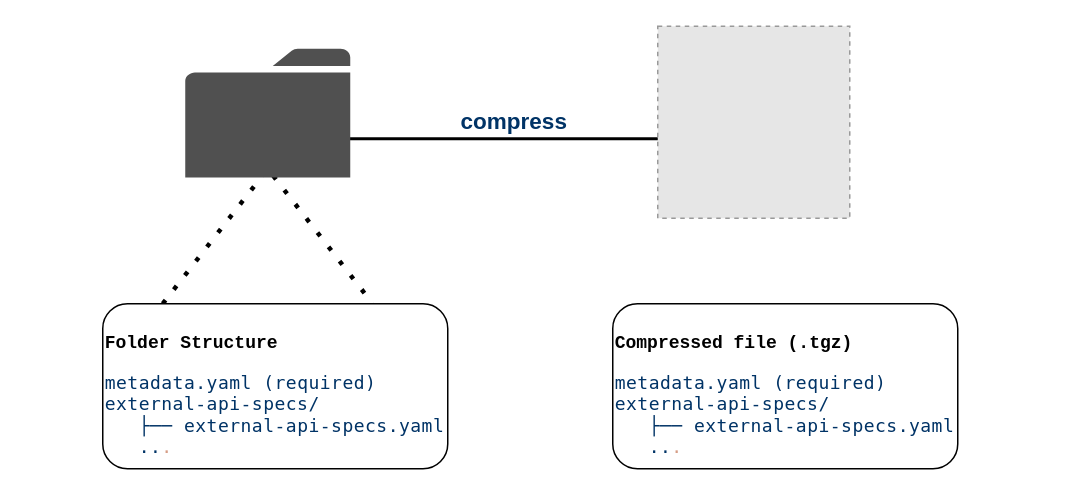
Before: Untitled Diagram.drawio in soshanth/in-the-voice-of-silence, a draw.io diagram. Source tidied: cells renumbered, new cells numbered last; positions are measured from the earlier drawing's top-left corner, leaving out a move shared by most shapes. Both pictures are drawn from the tidied source at 150%, with x=0, y=0 at pixel (102, 26). Pictures stored in the file or linked from it are replaced by grey dashed boxes.
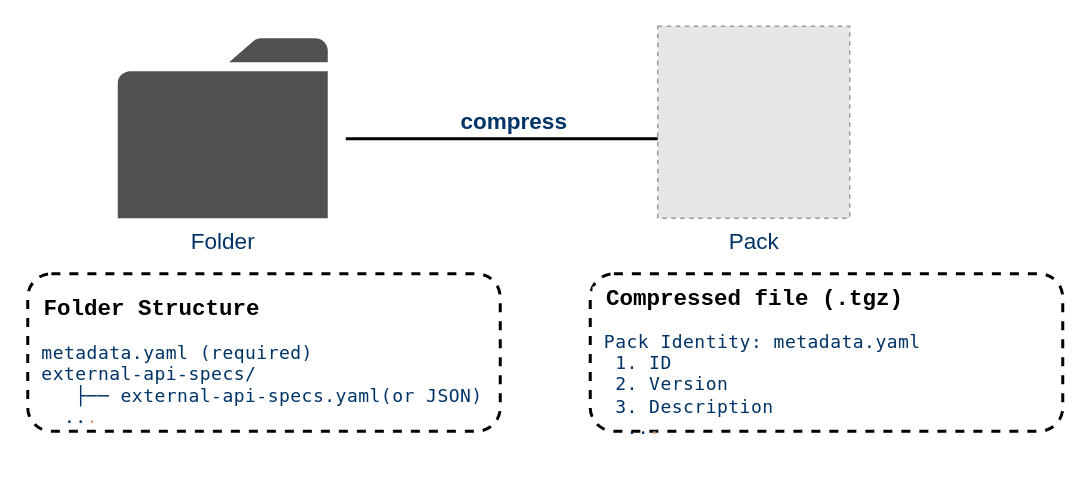
After the change.

Change to the diagram source:
```diff
@@
 <mxGraphModel>
   <root>
     <mxCell id="0" />
     <mxCell id="1" parent="0" />
-    <mxCell id="2" style="endArrow=none;dashed=1;html=1;dashPattern=1 3;strokeWidth=3;rounded=0;fontColor=#003366;" parent="1" edge="1">
-      <mxGeometry relative="1" as="geometry">
-        <mxPoint x="40" y="185" as="sourcePoint" />
-        <mxPoint x="180" y="185" as="targetPoint" />
-        <Array as="points">
-          <mxPoint x="110" y="95" />
-        </Array>
-      </mxGeometry>
-    </mxCell>
-    <mxCell id="3" value="&lt;pre style=&quot;font-size: 12px; font-style: normal; font-variant-caps: normal; font-weight: 400; letter-spacing: normal; orphans: auto; text-indent: 0px; text-transform: none; widows: auto; word-spacing: 0px; -webkit-text-size-adjust: auto; -webkit-text-stroke-width: 0px; text-decoration: none; caret-color: rgb(0, 0, 0); color: rgb(0, 0, 0); text-align: left; background-color: rgb(255, 255, 255);&quot;&gt;&lt;b&gt;Folder Structure &lt;/b&gt;&lt;/pre&gt;&lt;font style=&quot;caret-color: rgb(0, 51, 102); color: rgb(0, 51, 102); font-family: Helvetica; font-size: 12px; font-style: normal; font-variant-caps: normal; font-weight: 400; letter-spacing: normal; text-indent: 0px; text-transform: none; word-spacing: 0px; -webkit-text-stroke-width: 0px; text-decoration: none; text-align: left; background-color: rgb(255, 255, 255);&quot; color=&quot;#003366&quot;&gt;&lt;span style=&quot;box-sizing: border-box; padding: 0px; border: 0px; margin: 0px; font-family: &amp;quot;IBM Plex Mono&amp;quot;, Menlo, &amp;quot;DejaVu Sans Mono&amp;quot;, &amp;quot;Bitstream Vera Sans Mono&amp;quot;, Courier, monospace; font-stretch: inherit; line-height: inherit; vertical-align: baseline; letter-spacing: 0.3199999928474426px; background-color: rgb(30, 30, 30);&quot; class=&quot;hljs-string&quot;&gt;&lt;div&gt;&lt;span style=&quot;box-sizing: border-box; padding: 0px; border: 0px; margin: 0px; font-stretch: inherit; line-height: inherit; vertical-align: baseline;&quot; class=&quot;hljs-string&quot;&gt;metadata.yaml&lt;/span&gt;&lt;span style=&quot;caret-color: rgb(220, 220, 220);&quot;&gt;&lt;span class=&quot;Apple-converted-space&quot;&gt;&amp;nbsp;&lt;/span&gt;&lt;/span&gt;&lt;span style=&quot;box-sizing: border-box; padding: 0px; border: 0px; margin: 0px; font-stretch: inherit; line-height: inherit; vertical-align: baseline;&quot; class=&quot;hljs-string&quot;&gt;(required)&lt;/span&gt;&lt;span style=&quot;caret-color: rgb(220, 220, 220);&quot;&gt;&amp;nbsp;&lt;/span&gt;&lt;/div&gt;&lt;/span&gt;&lt;span style=&quot;box-sizing: border-box; padding: 0px; border: 0px; margin: 0px; font-family: &amp;quot;IBM Plex Mono&amp;quot;, Menlo, &amp;quot;DejaVu Sans Mono&amp;quot;, &amp;quot;Bitstream Vera Sans Mono&amp;quot;, Courier, monospace; font-stretch: inherit; line-height: inherit; vertical-align: baseline; letter-spacing: 0.3199999928474426px; background-color: rgb(30, 30, 30);&quot; class=&quot;hljs-string&quot;&gt;&lt;div&gt;&lt;span style=&quot;box-sizing: border-box; padding: 0px; border: 0px; margin: 0px; font-stretch: inherit; line-height: inherit; vertical-align: baseline;&quot; class=&quot;hljs-string&quot;&gt;external-api-specs/&lt;/span&gt;&lt;span style=&quot;caret-color: rgb(220, 220, 220);&quot;&gt;&amp;nbsp;&lt;/span&gt;&lt;/div&gt;&lt;/span&gt;&lt;/font&gt;&lt;span style=&quot;font-size: 12px; font-style: normal; font-variant-caps: normal; font-weight: 400; text-indent: 0px; text-transform: none; word-spacing: 0px; -webkit-text-stroke-width: 0px; text-decoration: none; caret-color: rgb(0, 0, 0); color: rgb(0, 0, 0); text-align: left; box-sizing: border-box; padding: 0px; border: 0px; margin: 0px; font-family: &amp;quot;IBM Plex Mono&amp;quot;, Menlo, &amp;quot;DejaVu Sans Mono&amp;quot;, &amp;quot;Bitstream Vera Sans Mono&amp;quot;, Courier, monospace; font-stretch: inherit; line-height: inherit; vertical-align: baseline; letter-spacing: 0.3199999928474426px; background-color: rgb(30, 30, 30);&quot; class=&quot;hljs-string&quot;&gt;&lt;div&gt;&lt;font color=&quot;#003366&quot;&gt;&lt;span style=&quot;box-sizing: border-box; padding: 0px; border: 0px; margin: 0px; font-stretch: inherit; line-height: inherit; vertical-align: baseline;&quot; class=&quot;hljs-string&quot;&gt;&amp;nbsp; &amp;nbsp;├──&lt;/span&gt;&lt;span style=&quot;caret-color: rgb(220, 220, 220);&quot;&gt;&lt;span class=&quot;Apple-converted-space&quot;&gt;&amp;nbsp;&lt;/span&gt;&lt;/span&gt;&lt;span style=&quot;box-sizing: border-box; padding: 0px; border: 0px; margin: 0px; font-stretch: inherit; line-height: inherit; vertical-align: baseline;&quot; class=&quot;hljs-string&quot;&gt;external-api-specs.yaml&lt;/span&gt;&lt;span style=&quot;caret-color: rgb(220, 220, 220);&quot;&gt;&lt;br&gt;&lt;/span&gt;&lt;/font&gt;&lt;span style=&quot;box-sizing: border-box; padding: 0px; border: 0px; margin: 0px; font-stretch: inherit; line-height: inherit; vertical-align: baseline;&quot; class=&quot;hljs-string&quot;&gt;&lt;font color=&quot;#003366&quot;&gt;&amp;nbsp; &amp;nbsp;..&lt;/font&gt;&lt;font color=&quot;#d69d85&quot;&gt;.&lt;/font&gt;&lt;/span&gt;&lt;/div&gt;&lt;/span&gt;" style="rounded=1;whiteSpace=wrap;html=1;fontColor=#003366;" parent="1" vertex="1">
-      <mxGeometry y="185" width="230" height="110" as="geometry" />
+    <mxCell id="3" value="&lt;pre style=&quot;font-style: normal; font-variant-caps: normal; font-weight: 400; letter-spacing: normal; text-indent: 0px; text-transform: none; word-spacing: 0px; -webkit-text-stroke-width: 0px; text-decoration: none; caret-color: rgb(0, 0, 0); color: rgb(0, 0, 0); background-color: rgb(255, 255, 255);&quot;&gt;&lt;b&gt;&lt;font style=&quot;font-size: 15px;&quot;&gt; Folder Structure&lt;/font&gt;&lt;span style=&quot;font-size: 15px;&quot;&gt; &lt;/span&gt;&lt;/b&gt;&lt;/pre&gt;&lt;font style=&quot;caret-color: rgb(0, 51, 102); color: rgb(0, 51, 102); font-family: Helvetica; font-size: 12px; font-style: normal; font-variant-caps: normal; font-weight: 400; letter-spacing: normal; text-indent: 0px; text-transform: none; word-spacing: 0px; -webkit-text-stroke-width: 0px; text-decoration: none; background-color: rgb(255, 255, 255);&quot; color=&quot;#003366&quot;&gt;&lt;span style=&quot;box-sizing: border-box; padding: 0px; border: 0px; margin: 0px; font-family: &amp;quot;IBM Plex Mono&amp;quot;, Menlo, &amp;quot;DejaVu Sans Mono&amp;quot;, &amp;quot;Bitstream Vera Sans Mono&amp;quot;, Courier, monospace; font-stretch: inherit; line-height: inherit; vertical-align: baseline; letter-spacing: 0.3199999928474426px; background-color: rgb(30, 30, 30);&quot; class=&quot;hljs-string&quot;&gt;&lt;div style=&quot;&quot;&gt;&lt;span style=&quot;box-sizing: border-box; padding: 0px; border: 0px; margin: 0px; font-stretch: inherit; line-height: inherit; vertical-align: baseline;&quot; class=&quot;hljs-string&quot;&gt;&amp;nbsp;metadata.yaml&lt;/span&gt;&lt;span style=&quot;caret-color: rgb(220, 220, 220);&quot;&gt;&lt;span class=&quot;Apple-converted-space&quot;&gt;&amp;nbsp;&lt;/span&gt;&lt;/span&gt;&lt;span style=&quot;box-sizing: border-box; padding: 0px; border: 0px; margin: 0px; font-stretch: inherit; line-height: inherit; vertical-align: baseline;&quot; class=&quot;hljs-string&quot;&gt;(required)&lt;/span&gt;&lt;span style=&quot;caret-color: rgb(220, 220, 220);&quot;&gt;&amp;nbsp;&lt;/span&gt;&lt;/div&gt;&lt;/span&gt;&lt;span style=&quot;box-sizing: border-box; padding: 0px; border: 0px; margin: 0px; font-family: &amp;quot;IBM Plex Mono&amp;quot;, Menlo, &amp;quot;DejaVu Sans Mono&amp;quot;, &amp;quot;Bitstream Vera Sans Mono&amp;quot;, Courier, monospace; font-stretch: inherit; line-height: inherit; vertical-align: baseline; letter-spacing: 0.3199999928474426px; background-color: rgb(30, 30, 30);&quot; class=&quot;hljs-string&quot;&gt;&lt;div style=&quot;&quot;&gt;&lt;span style=&quot;box-sizing: border-box; padding: 0px; border: 0px; margin: 0px; font-stretch: inherit; line-height: inherit; vertical-align: baseline;&quot; class=&quot;hljs-string&quot;&gt;&amp;nbsp;external-api-specs/&lt;/span&gt;&lt;span style=&quot;caret-color: rgb(220, 220, 220);&quot;&gt;&amp;nbsp;&lt;/span&gt;&lt;/div&gt;&lt;/span&gt;&lt;/font&gt;&lt;span style=&quot;font-size: 12px; font-style: normal; font-variant-caps: normal; font-weight: 400; text-indent: 0px; text-transform: none; word-spacing: 0px; -webkit-text-stroke-width: 0px; text-decoration: none; color: rgb(0, 0, 0); box-sizing: border-box; padding: 0px; border: 0px; margin: 0px; font-family: &amp;quot;IBM Plex Mono&amp;quot;, Menlo, &amp;quot;DejaVu Sans Mono&amp;quot;, &amp;quot;Bitstream Vera Sans Mono&amp;quot;, Courier, monospace; font-stretch: inherit; line-height: inherit; vertical-align: baseline; letter-spacing: 0.3199999928474426px; background-color: rgb(30, 30, 30);&quot; class=&quot;hljs-string&quot;&gt;&lt;div style=&quot;caret-color: rgb(0, 0, 0);&quot;&gt;&lt;font color=&quot;#003366&quot;&gt;&lt;span style=&quot;box-sizing: border-box; padding: 0px; border: 0px; margin: 0px; font-stretch: inherit; line-height: inherit; vertical-align: baseline;&quot; class=&quot;hljs-string&quot;&gt;&amp;nbsp; &amp;nbsp; ├──&lt;/span&gt;&lt;span style=&quot;caret-color: rgb(220, 220, 220);&quot;&gt;&lt;span class=&quot;Apple-converted-space&quot;&gt;&amp;nbsp;&lt;/span&gt;&lt;/span&gt;&lt;span style=&quot;box-sizing: border-box; padding: 0px; border: 0px; margin: 0px; font-stretch: inherit; line-height: inherit; vertical-align: baseline;&quot; class=&quot;hljs-string&quot;&gt;external-api-specs.yaml(or JSON)&lt;/span&gt;&lt;/font&gt;&lt;/div&gt;&lt;div&gt;&lt;div style=&quot;&quot;&gt;&lt;font color=&quot;#003366&quot;&gt;&amp;nbsp; &amp;nbsp;..&lt;/font&gt;&lt;font color=&quot;#d69d85&quot;&gt;.&lt;/font&gt;&lt;/div&gt;&lt;/div&gt;&lt;/span&gt;" style="rounded=1;whiteSpace=wrap;html=1;fontColor=#003366;dashed=1;strokeWidth=2;align=left;" parent="1" vertex="1">
+      <mxGeometry x="-50" y="165" width="315" height="105" as="geometry" />
     </mxCell>
     <mxCell id="4" value="compress" style="endArrow=classic;html=1;rounded=0;fontColor=#003366;exitX=1.022;exitY=0.672;exitDx=0;exitDy=0;exitPerimeter=0;strokeColor=#000000;strokeWidth=2;fontStyle=1;fontSize=15;verticalAlign=bottom;" parent="1" edge="1">
       <mxGeometry relative="1" as="geometry">
         <mxPoint x="162" y="75" as="sourcePoint" />
         <mxPoint x="385" y="75" as="targetPoint" />
       </mxGeometry>
     </mxCell>
-    <mxCell id="5" style="sketch=0;shadow=0;dashed=0;html=1;strokeColor=none;fillColor=#505050;labelPosition=center;verticalLabelPosition=bottom;verticalAlign=top;align=center;shape=mxgraph.office.concepts.folder;fontColor=#003366;" parent="1" vertex="1">
-      <mxGeometry x="55" y="15" width="110" height="85.9" as="geometry" />
+    <mxCell id="5" value="Folder" style="sketch=0;shadow=0;dashed=0;html=1;strokeColor=none;fillColor=#505050;labelPosition=center;verticalLabelPosition=bottom;verticalAlign=top;align=center;shape=mxgraph.office.concepts.folder;fontColor=#003366;fontSize=15;" parent="1" vertex="1">
+      <mxGeometry x="10" y="8" width="140" height="120" as="geometry" />
     </mxCell>
-    <mxCell id="6" value="&lt;pre style=&quot;font-size: 12px; font-style: normal; font-variant-caps: normal; font-weight: 400; letter-spacing: normal; orphans: auto; text-indent: 0px; text-transform: none; widows: auto; word-spacing: 0px; -webkit-text-size-adjust: auto; -webkit-text-stroke-width: 0px; text-decoration: none; caret-color: rgb(0, 0, 0); color: rgb(0, 0, 0); text-align: left; background-color: rgb(255, 255, 255);&quot;&gt;&lt;b&gt;Compressed file (.tgz)&lt;/b&gt;&lt;/pre&gt;&lt;font style=&quot;caret-color: rgb(0, 51, 102); color: rgb(0, 51, 102); font-family: Helvetica; font-size: 12px; font-style: normal; font-variant-caps: normal; font-weight: 400; letter-spacing: normal; text-indent: 0px; text-transform: none; word-spacing: 0px; -webkit-text-stroke-width: 0px; text-decoration: none; text-align: left; background-color: rgb(255, 255, 255);&quot; color=&quot;#003366&quot;&gt;&lt;span style=&quot;box-sizing: border-box; padding: 0px; border: 0px; margin: 0px; font-family: &amp;quot;IBM Plex Mono&amp;quot;, Menlo, &amp;quot;DejaVu Sans Mono&amp;quot;, &amp;quot;Bitstream Vera Sans Mono&amp;quot;, Courier, monospace; font-stretch: inherit; line-height: inherit; vertical-align: baseline; letter-spacing: 0.3199999928474426px; background-color: rgb(30, 30, 30);&quot; class=&quot;hljs-string&quot;&gt;&lt;div&gt;&lt;span style=&quot;box-sizing: border-box; padding: 0px; border: 0px; margin: 0px; font-stretch: inherit; line-height: inherit; vertical-align: baseline;&quot; class=&quot;hljs-string&quot;&gt;metadata.yaml&lt;/span&gt;&lt;span style=&quot;caret-color: rgb(220, 220, 220);&quot;&gt;&lt;span class=&quot;Apple-converted-space&quot;&gt;&amp;nbsp;&lt;/span&gt;&lt;/span&gt;&lt;span style=&quot;box-sizing: border-box; padding: 0px; border: 0px; margin: 0px; font-stretch: inherit; line-height: inherit; vertical-align: baseline;&quot; class=&quot;hljs-string&quot;&gt;(required)&lt;/span&gt;&lt;span style=&quot;caret-color: rgb(220, 220, 220);&quot;&gt;&amp;nbsp;&lt;/span&gt;&lt;/div&gt;&lt;/span&gt;&lt;span style=&quot;box-sizing: border-box; padding: 0px; border: 0px; margin: 0px; font-family: &amp;quot;IBM Plex Mono&amp;quot;, Menlo, &amp;quot;DejaVu Sans Mono&amp;quot;, &amp;quot;Bitstream Vera Sans Mono&amp;quot;, Courier, monospace; font-stretch: inherit; line-height: inherit; vertical-align: baseline; letter-spacing: 0.3199999928474426px; background-color: rgb(30, 30, 30);&quot; class=&quot;hljs-string&quot;&gt;&lt;div&gt;&lt;span style=&quot;box-sizing: border-box; padding: 0px; border: 0px; margin: 0px; font-stretch: inherit; line-height: inherit; vertical-align: baseline;&quot; class=&quot;hljs-string&quot;&gt;external-api-specs/&lt;/span&gt;&lt;span style=&quot;caret-color: rgb(220, 220, 220);&quot;&gt;&amp;nbsp;&lt;/span&gt;&lt;/div&gt;&lt;/span&gt;&lt;/font&gt;&lt;span style=&quot;font-size: 12px; font-style: normal; font-variant-caps: normal; font-weight: 400; text-indent: 0px; text-transform: none; word-spacing: 0px; -webkit-text-stroke-width: 0px; text-decoration: none; caret-color: rgb(0, 0, 0); color: rgb(0, 0, 0); text-align: left; box-sizing: border-box; padding: 0px; border: 0px; margin: 0px; font-family: &amp;quot;IBM Plex Mono&amp;quot;, Menlo, &amp;quot;DejaVu Sans Mono&amp;quot;, &amp;quot;Bitstream Vera Sans Mono&amp;quot;, Courier, monospace; font-stretch: inherit; line-height: inherit; vertical-align: baseline; letter-spacing: 0.3199999928474426px; background-color: rgb(30, 30, 30);&quot; class=&quot;hljs-string&quot;&gt;&lt;div&gt;&lt;font color=&quot;#003366&quot;&gt;&lt;span style=&quot;box-sizing: border-box; padding: 0px; border: 0px; margin: 0px; font-stretch: inherit; line-height: inherit; vertical-align: baseline;&quot; class=&quot;hljs-string&quot;&gt;&amp;nbsp; &amp;nbsp;├──&lt;/span&gt;&lt;span style=&quot;caret-color: rgb(220, 220, 220);&quot;&gt;&lt;span class=&quot;Apple-converted-space&quot;&gt;&amp;nbsp;&lt;/span&gt;&lt;/span&gt;&lt;span style=&quot;box-sizing: border-box; padding: 0px; border: 0px; margin: 0px; font-stretch: inherit; line-height: inherit; vertical-align: baseline;&quot; class=&quot;hljs-string&quot;&gt;external-api-specs.yaml&lt;/span&gt;&lt;span style=&quot;caret-color: rgb(220, 220, 220);&quot;&gt;&lt;br&gt;&lt;/span&gt;&lt;/font&gt;&lt;span style=&quot;box-sizing: border-box; padding: 0px; border: 0px; margin: 0px; font-stretch: inherit; line-height: inherit; vertical-align: baseline;&quot; class=&quot;hljs-string&quot;&gt;&lt;font color=&quot;#003366&quot;&gt;&amp;nbsp; &amp;nbsp;..&lt;/font&gt;&lt;font color=&quot;#d69d85&quot;&gt;.&lt;/font&gt;&lt;/span&gt;&lt;/div&gt;&lt;/span&gt;" style="rounded=1;whiteSpace=wrap;html=1;fontColor=#003366;" parent="1" vertex="1">
-      <mxGeometry x="340" y="185" width="230" height="110" as="geometry" />
-    </mxCell>
-    <mxCell id="7" style="fillColor=#E6E6E6;strokeColor=#999999;dashed=1;html=1;verticalAlign=top;verticalLabelPosition=bottom;labelBackgroundColor=#ffffff;fontSize=15;fontColor=#003366;" parent="1" vertex="1">
+    <mxCell id="7" value="Pack" style="fillColor=#E6E6E6;strokeColor=#999999;dashed=1;html=1;verticalAlign=top;verticalLabelPosition=bottom;labelBackgroundColor=#ffffff;fontSize=15;fontColor=#003366;" parent="1" vertex="1">
       <mxGeometry x="370" width="128" height="128" as="geometry" />
     </mxCell>
+    <mxCell id="8" value="&lt;pre style=&quot;font-style: normal; font-variant-caps: normal; font-weight: 400; letter-spacing: normal; text-indent: 0px; text-transform: none; word-spacing: 0px; -webkit-text-stroke-width: 0px; text-decoration: none; caret-color: rgb(0, 0, 0); color: rgb(0, 0, 0); background-color: rgb(255, 255, 255);&quot;&gt;&lt;b&gt;&lt;font style=&quot;font-size: 15px;&quot;&gt; Compressed file (.tgz)&lt;/font&gt;&lt;span style=&quot;font-size: 15px;&quot;&gt; &lt;/span&gt;&lt;/b&gt;&lt;/pre&gt;&lt;font style=&quot;caret-color: rgb(0, 51, 102); color: rgb(0, 51, 102); font-family: Helvetica; font-size: 12px; font-style: normal; font-variant-caps: normal; font-weight: 400; letter-spacing: normal; text-indent: 0px; text-transform: none; word-spacing: 0px; -webkit-text-stroke-width: 0px; text-decoration: none; background-color: rgb(255, 255, 255);&quot; color=&quot;#003366&quot;&gt;&lt;span style=&quot;box-sizing: border-box; padding: 0px; border: 0px; margin: 0px; font-family: &amp;quot;IBM Plex Mono&amp;quot;, Menlo, &amp;quot;DejaVu Sans Mono&amp;quot;, &amp;quot;Bitstream Vera Sans Mono&amp;quot;, Courier, monospace; font-stretch: inherit; line-height: inherit; vertical-align: baseline; letter-spacing: 0.3199999928474426px; background-color: rgb(30, 30, 30);&quot; class=&quot;hljs-string&quot;&gt;&lt;div style=&quot;&quot;&gt;&lt;span style=&quot;box-sizing: border-box; padding: 0px; border: 0px; margin: 0px; font-stretch: inherit; line-height: inherit; vertical-align: baseline;&quot; class=&quot;hljs-string&quot;&gt;&amp;nbsp;Pack Identity: metadata.yaml&lt;/span&gt;&lt;/div&gt;&lt;/span&gt;&lt;span style=&quot;box-sizing: border-box; padding: 0px; border: 0px; margin: 0px; font-family: &amp;quot;IBM Plex Mono&amp;quot;, Menlo, &amp;quot;DejaVu Sans Mono&amp;quot;, &amp;quot;Bitstream Vera Sans Mono&amp;quot;, Courier, monospace; font-stretch: inherit; line-height: inherit; vertical-align: baseline; letter-spacing: 0.3199999928474426px; background-color: rgb(30, 30, 30);&quot; class=&quot;hljs-string&quot;&gt;&lt;div style=&quot;&quot;&gt;&amp;nbsp; 1. ID&lt;/div&gt;&lt;/span&gt;&lt;/font&gt;&lt;span style=&quot;font-size: 12px; font-style: normal; font-variant-caps: normal; font-weight: 400; text-indent: 0px; text-transform: none; word-spacing: 0px; -webkit-text-stroke-width: 0px; text-decoration: none; color: rgb(0, 0, 0); box-sizing: border-box; padding: 0px; border: 0px; margin: 0px; font-family: &amp;quot;IBM Plex Mono&amp;quot;, Menlo, &amp;quot;DejaVu Sans Mono&amp;quot;, &amp;quot;Bitstream Vera Sans Mono&amp;quot;, Courier, monospace; font-stretch: inherit; line-height: inherit; vertical-align: baseline; letter-spacing: 0.3199999928474426px; background-color: rgb(30, 30, 30);&quot; class=&quot;hljs-string&quot;&gt;&lt;div style=&quot;caret-color: rgb(0, 0, 0);&quot;&gt;&lt;font color=&quot;#003366&quot;&gt;&lt;span style=&quot;box-sizing: border-box; padding: 0px; border: 0px; margin: 0px; font-stretch: inherit; line-height: inherit; vertical-align: baseline;&quot; class=&quot;hljs-string&quot;&gt;&amp;nbsp; 2. Version&lt;/span&gt;&lt;/font&gt;&lt;/div&gt;&lt;div style=&quot;caret-color: rgb(0, 0, 0);&quot;&gt;&lt;font color=&quot;#003366&quot;&gt;&lt;span style=&quot;box-sizing: border-box; padding: 0px; border: 0px; margin: 0px; font-stretch: inherit; line-height: inherit; vertical-align: baseline;&quot; class=&quot;hljs-string&quot;&gt;&amp;nbsp; 3. Description&lt;/span&gt;&lt;/font&gt;&lt;/div&gt;&lt;div&gt;&lt;div style=&quot;&quot;&gt;&lt;font color=&quot;#003366&quot;&gt;&amp;nbsp; &amp;nbsp;..&lt;/font&gt;&lt;font color=&quot;#d69d85&quot;&gt;.&lt;/font&gt;&lt;/div&gt;&lt;/div&gt;&lt;/span&gt;" style="rounded=1;whiteSpace=wrap;html=1;fontColor=#003366;dashed=1;strokeWidth=2;align=left;" parent="1" vertex="1">
+      <mxGeometry x="325" y="165" width="315" height="105" as="geometry" />
+    </mxCell>
   </root>
 </mxGraphModel>
```
